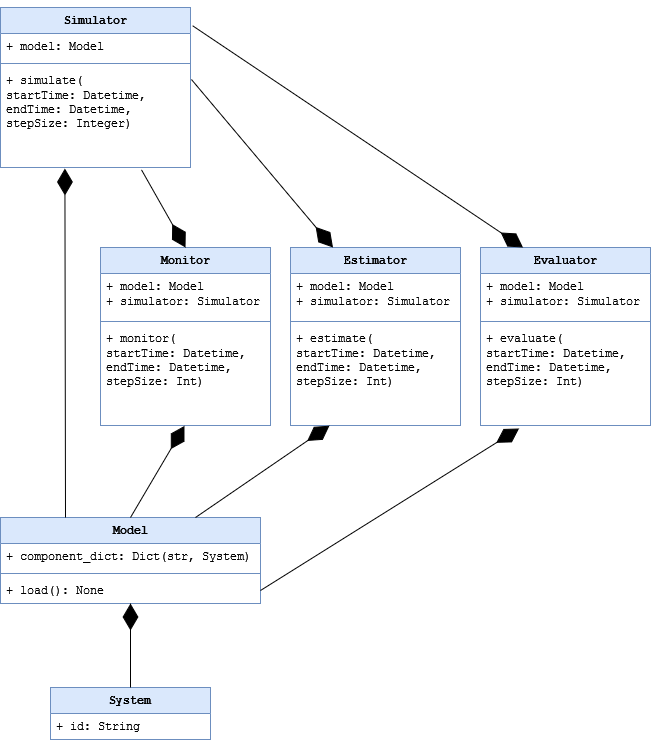
The draw.io diagram Twin4Build_UML_diagram.drawio.png in JBjoernskov/Twin4Build, before a commit. Source tidied: cells renumbered, new cells last; positions are measured from the earlier drawing's top-left corner, leaving out a move shared by most shapes. The source it was exported from:
```xml
<mxGraphModel>
  <root>
    <mxCell id="0" />
    <mxCell id="1" parent="0" />
    <mxCell id="2" value="Model" style="swimlane;fontStyle=1;align=center;verticalAlign=top;horizontal=1;startSize=26;whiteSpace=wrap;html=1;fillColor=#dae8fc;strokeColor=#6c8ebf;fontFamily=Courier New;" parent="1" vertex="1">
      <mxGeometry y="510" width="260" height="86" as="geometry" />
    </mxCell>
    <mxCell id="3" value="&lt;font&gt;+ component_dict: Dict(str, System)&lt;/font&gt;" style="text;strokeColor=none;fillColor=none;align=left;verticalAlign=top;spacingLeft=4;spacingRight=4;overflow=hidden;whiteSpace=wrap;html=1;fontFamily=Courier New;" parent="2" vertex="1">
      <mxGeometry y="26" width="260" height="26" as="geometry" />
    </mxCell>
    <mxCell id="4" style="line;strokeWidth=1;fillColor=none;align=left;verticalAlign=middle;spacingTop=-1;spacingLeft=3;spacingRight=3;labelPosition=right;strokeColor=inherit;fontFamily=Courier New;" parent="2" vertex="1">
      <mxGeometry y="52" width="260" height="8" as="geometry" />
    </mxCell>
    <mxCell id="5" value="+ load(): None " style="text;strokeColor=none;fillColor=none;align=left;verticalAlign=top;spacingLeft=4;spacingRight=4;overflow=hidden;points=[[0,0.5],[1,0.5]];portConstraint=eastwest;whiteSpace=wrap;html=1;fontFamily=Courier New;" parent="2" vertex="1">
      <mxGeometry y="60" width="260" height="26" as="geometry" />
    </mxCell>
    <mxCell id="6" value="System" style="swimlane;fontStyle=1;align=center;verticalAlign=top;horizontal=1;startSize=26;whiteSpace=wrap;html=1;fillColor=#dae8fc;strokeColor=#6c8ebf;fontFamily=Courier New;" parent="1" vertex="1">
      <mxGeometry x="50" y="680" width="160" height="52" as="geometry" />
    </mxCell>
    <mxCell id="7" value="+ id: String" style="text;strokeColor=none;fillColor=none;align=left;verticalAlign=top;spacingLeft=4;spacingRight=4;overflow=hidden;whiteSpace=wrap;html=1;fontFamily=Courier New;" parent="6" vertex="1">
      <mxGeometry y="26" width="160" height="26" as="geometry" />
    </mxCell>
    <mxCell id="8" style="endArrow=diamondThin;endFill=1;endSize=24;html=1;rounded=0;exitX=0.5;exitY=0;exitDx=0;exitDy=0;entryX=0.5;entryY=1;entryDx=0;entryDy=0;fontFamily=Courier New;" parent="1" edge="1" source="6" target="2">
      <mxGeometry relative="1" as="geometry" />
    </mxCell>
    <mxCell id="9" value="Monitor" style="swimlane;fontStyle=1;align=center;verticalAlign=top;horizontal=1;startSize=26;whiteSpace=wrap;html=1;fillColor=#dae8fc;strokeColor=#6c8ebf;fontFamily=Courier New;" parent="1" vertex="1">
      <mxGeometry x="100" y="240" width="170" height="178" as="geometry" />
    </mxCell>
    <mxCell id="10" value="&lt;div&gt;+ model: Model&lt;/div&gt;&lt;div&gt;+ simulator: Simulator&lt;br&gt;&lt;/div&gt;" style="text;strokeColor=none;fillColor=none;align=left;verticalAlign=top;spacingLeft=4;spacingRight=4;overflow=hidden;whiteSpace=wrap;html=1;fontFamily=Courier New;" parent="9" vertex="1">
      <mxGeometry y="26" width="170" height="44" as="geometry" />
    </mxCell>
    <mxCell id="11" style="line;strokeWidth=1;fillColor=none;align=left;verticalAlign=middle;spacingTop=-1;spacingLeft=3;spacingRight=3;labelPosition=right;strokeColor=inherit;fontFamily=Courier New;" parent="9" vertex="1">
      <mxGeometry y="70" width="170" height="8" as="geometry" />
    </mxCell>
    <mxCell id="12" value="&lt;div&gt;+ monitor(&lt;/div&gt;&lt;div&gt;startTime: Datetime, endTime: Datetime,&lt;/div&gt;&lt;div&gt;stepSize: Int)&lt;br&gt;&lt;/div&gt;&lt;div&gt;&lt;br&gt; &lt;/div&gt;" style="text;strokeColor=none;fillColor=none;align=left;verticalAlign=top;spacingLeft=4;spacingRight=4;overflow=hidden;points=[[0,0.5],[1,0.5]];portConstraint=eastwest;whiteSpace=wrap;html=1;fontFamily=Courier New;" parent="9" vertex="1">
      <mxGeometry y="78" width="170" height="100" as="geometry" />
    </mxCell>
    <mxCell id="13" value="&lt;div&gt;Estimator&lt;/div&gt;" style="swimlane;fontStyle=1;align=center;verticalAlign=top;horizontal=1;startSize=26;whiteSpace=wrap;html=1;fillColor=#dae8fc;strokeColor=#6c8ebf;fontFamily=Courier New;" parent="1" vertex="1">
      <mxGeometry x="290" y="240" width="170" height="178" as="geometry" />
    </mxCell>
    <mxCell id="14" value="&lt;div&gt;+ model: Model&lt;/div&gt;&lt;div&gt;+ simulator: Simulator&lt;br&gt;&lt;/div&gt;" style="text;strokeColor=none;fillColor=none;align=left;verticalAlign=top;spacingLeft=4;spacingRight=4;overflow=hidden;whiteSpace=wrap;html=1;fontFamily=Courier New;" parent="13" vertex="1">
      <mxGeometry y="26" width="170" height="44" as="geometry" />
    </mxCell>
    <mxCell id="15" style="line;strokeWidth=1;fillColor=none;align=left;verticalAlign=middle;spacingTop=-1;spacingLeft=3;spacingRight=3;labelPosition=right;strokeColor=inherit;fontFamily=Courier New;" parent="13" vertex="1">
      <mxGeometry y="70" width="170" height="8" as="geometry" />
    </mxCell>
    <mxCell id="16" value="&lt;div&gt;+ estimate(&lt;/div&gt;&lt;div&gt;startTime: Datetime, endTime: Datetime,&lt;/div&gt;&lt;div&gt;stepSize: Int)&lt;br&gt;&lt;/div&gt;&lt;div&gt;&lt;br&gt; &lt;/div&gt;" style="text;strokeColor=none;fillColor=none;align=left;verticalAlign=top;spacingLeft=4;spacingRight=4;overflow=hidden;points=[[0,0.5],[1,0.5]];portConstraint=eastwest;whiteSpace=wrap;html=1;fontFamily=Courier New;" parent="13" vertex="1">
      <mxGeometry y="78" width="170" height="100" as="geometry" />
    </mxCell>
    <mxCell id="17" value="Evaluator" style="swimlane;fontStyle=1;align=center;verticalAlign=top;horizontal=1;startSize=26;whiteSpace=wrap;html=1;fillColor=#dae8fc;strokeColor=#6c8ebf;fontFamily=Courier New;" parent="1" vertex="1">
      <mxGeometry x="480" y="240" width="170" height="178" as="geometry" />
    </mxCell>
    <mxCell id="18" value="&lt;div&gt;+ model: Model&lt;/div&gt;&lt;div&gt;+ simulator: Simulator&lt;br&gt;&lt;/div&gt;" style="text;strokeColor=none;fillColor=none;align=left;verticalAlign=top;spacingLeft=4;spacingRight=4;overflow=hidden;whiteSpace=wrap;html=1;fontFamily=Courier New;" parent="17" vertex="1">
      <mxGeometry y="26" width="170" height="44" as="geometry" />
    </mxCell>
    <mxCell id="19" style="line;strokeWidth=1;fillColor=none;align=left;verticalAlign=middle;spacingTop=-1;spacingLeft=3;spacingRight=3;labelPosition=right;strokeColor=inherit;fontFamily=Courier New;" parent="17" vertex="1">
      <mxGeometry y="70" width="170" height="8" as="geometry" />
    </mxCell>
    <mxCell id="20" value="&lt;div&gt;+ evaluate(&lt;/div&gt;&lt;div&gt;startTime: Datetime, endTime: Datetime,&lt;/div&gt;&lt;div&gt;stepSize: Int)&lt;br&gt;&lt;/div&gt;&lt;div&gt;&lt;br&gt; &lt;/div&gt;" style="text;strokeColor=none;fillColor=none;align=left;verticalAlign=top;spacingLeft=4;spacingRight=4;overflow=hidden;points=[[0,0.5],[1,0.5]];portConstraint=eastwest;whiteSpace=wrap;html=1;fontFamily=Courier New;" parent="17" vertex="1">
      <mxGeometry y="78" width="170" height="100" as="geometry" />
    </mxCell>
    <mxCell id="21" style="endArrow=diamondThin;endFill=1;endSize=24;html=1;rounded=0;exitX=0.5;exitY=0;exitDx=0;exitDy=0;fontFamily=Courier New;entryX=0.494;entryY=1.004;entryDx=0;entryDy=0;entryPerimeter=0;" parent="1" edge="1" source="2" target="12">
      <mxGeometry relative="1" as="geometry" />
    </mxCell>
    <mxCell id="22" style="endArrow=diamondThin;endFill=1;endSize=24;html=1;rounded=0;entryX=0.229;entryY=1.002;entryDx=0;entryDy=0;exitX=0.75;exitY=0;exitDx=0;exitDy=0;fontFamily=Courier New;entryPerimeter=0;" parent="1" edge="1" source="2" target="16">
      <mxGeometry relative="1" as="geometry" />
    </mxCell>
    <mxCell id="23" style="endArrow=diamondThin;endFill=1;endSize=24;html=1;rounded=0;exitX=1;exitY=0.5;exitDx=0;exitDy=0;fontFamily=Courier New;entryX=0.227;entryY=1.03;entryDx=0;entryDy=0;entryPerimeter=0;" parent="1" edge="1" source="5" target="20">
      <mxGeometry relative="1" as="geometry" />
    </mxCell>
    <mxCell id="24" value="Simulator" style="swimlane;fontStyle=1;align=center;verticalAlign=top;horizontal=1;startSize=26;whiteSpace=wrap;html=1;fillColor=#dae8fc;strokeColor=#6c8ebf;fontFamily=Courier New;" parent="1" vertex="1">
      <mxGeometry width="190" height="160" as="geometry" />
    </mxCell>
    <mxCell id="25" value="+ model: Model" style="text;strokeColor=none;fillColor=none;align=left;verticalAlign=top;spacingLeft=4;spacingRight=4;overflow=hidden;whiteSpace=wrap;html=1;fontFamily=Courier New;" parent="24" vertex="1">
      <mxGeometry y="26" width="190" height="26" as="geometry" />
    </mxCell>
    <mxCell id="26" style="line;strokeWidth=1;fillColor=none;align=left;verticalAlign=middle;spacingTop=-1;spacingLeft=3;spacingRight=3;labelPosition=right;strokeColor=inherit;fontFamily=Courier New;" parent="24" vertex="1">
      <mxGeometry y="52" width="190" height="8" as="geometry" />
    </mxCell>
    <mxCell id="27" value="&lt;div&gt;+ simulate(&lt;/div&gt;&lt;div&gt;startTime: Datetime, endTime: Datetime,&lt;/div&gt;&lt;div&gt;stepSize: Integer)&lt;br&gt;&lt;/div&gt;&lt;div&gt;&lt;br&gt; &lt;/div&gt;" style="text;strokeColor=none;fillColor=none;align=left;verticalAlign=top;spacingLeft=4;spacingRight=4;overflow=hidden;points=[[0,0.5],[1,0.5]];portConstraint=eastwest;whiteSpace=wrap;html=1;fontFamily=Courier New;" parent="24" vertex="1">
      <mxGeometry y="60" width="190" height="100" as="geometry" />
    </mxCell>
    <mxCell id="28" style="endArrow=diamondThin;endFill=1;endSize=24;html=1;rounded=0;exitX=0.25;exitY=0;exitDx=0;exitDy=0;fontFamily=Courier New;entryX=0.339;entryY=1.01;entryDx=0;entryDy=0;entryPerimeter=0;" parent="1" edge="1" source="2" target="27">
      <mxGeometry relative="1" as="geometry" />
    </mxCell>
    <mxCell id="29" style="endArrow=diamondThin;endFill=1;endSize=24;html=1;rounded=0;entryX=0.5;entryY=0;entryDx=0;entryDy=0;exitX=0.742;exitY=1.023;exitDx=0;exitDy=0;fontFamily=Courier New;exitPerimeter=0;" parent="1" edge="1" source="27" target="9">
      <mxGeometry relative="1" as="geometry" />
    </mxCell>
    <mxCell id="30" style="endArrow=diamondThin;endFill=1;endSize=24;html=1;rounded=0;entryX=0.25;entryY=0;entryDx=0;entryDy=0;exitX=1.005;exitY=0.12;exitDx=0;exitDy=0;fontFamily=Courier New;exitPerimeter=0;" parent="1" edge="1" source="27" target="13">
      <mxGeometry relative="1" as="geometry" />
    </mxCell>
    <mxCell id="31" style="endArrow=diamondThin;endFill=1;endSize=24;html=1;rounded=0;entryX=0.25;entryY=0;entryDx=0;entryDy=0;exitX=1.011;exitY=0.114;exitDx=0;exitDy=0;fontFamily=Courier New;exitPerimeter=0;" parent="1" edge="1" source="24" target="17">
      <mxGeometry relative="1" as="geometry" />
    </mxCell>
  </root>
</mxGraphModel>
```
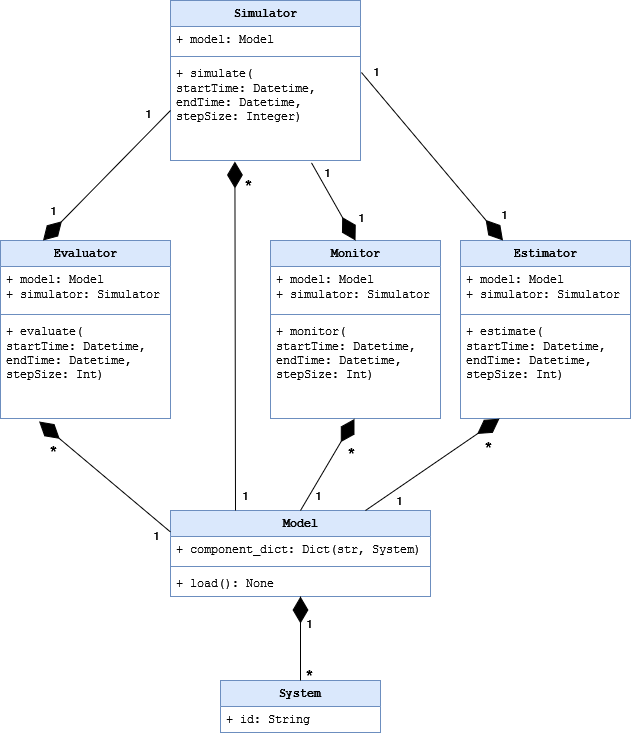
Above is the later version.

Commit message:
Update UML diagram

The edit, as a diff of the source:
```diff
@@ -2,6 +2,11 @@
   <root>
     <mxCell id="0" />
     <mxCell id="1" parent="0" />
+    <mxCell id="32" value="&lt;font style=&quot;font-size: 18px;&quot;&gt;*&lt;/font&gt;" style="edgeLabel;html=1;align=center;verticalAlign=middle;" parent="1" vertex="1">
+      <mxGeometry x="190" y="476" as="geometry">
+        <mxPoint x="-52" y="200" as="offset" />
+      </mxGeometry>
+    </mxCell>
     <mxCell id="2" value="Model" style="swimlane;fontStyle=1;align=center;verticalAlign=top;horizontal=1;startSize=26;whiteSpace=wrap;html=1;fillColor=#dae8fc;strokeColor=#6c8ebf;fontFamily=Courier New;" parent="1" vertex="1">
       <mxGeometry y="510" width="260" height="86" as="geometry" />
     </mxCell>
@@ -48,7 +53,7 @@
       <mxGeometry y="78" width="170" height="100" as="geometry" />
     </mxCell>
     <mxCell id="17" value="Evaluator" style="swimlane;fontStyle=1;align=center;verticalAlign=top;horizontal=1;startSize=26;whiteSpace=wrap;html=1;fillColor=#dae8fc;strokeColor=#6c8ebf;fontFamily=Courier New;" parent="1" vertex="1">
-      <mxGeometry x="480" y="240" width="170" height="178" as="geometry" />
+      <mxGeometry x="-170" y="240" width="170" height="178" as="geometry" />
     </mxCell>
     <mxCell id="18" value="&lt;div&gt;+ model: Model&lt;/div&gt;&lt;div&gt;+ simulator: Simulator&lt;br&gt;&lt;/div&gt;" style="text;strokeColor=none;fillColor=none;align=left;verticalAlign=top;spacingLeft=4;spacingRight=4;overflow=hidden;whiteSpace=wrap;html=1;fontFamily=Courier New;" parent="17" vertex="1">
       <mxGeometry y="26" width="170" height="44" as="geometry" />
@@ -65,7 +70,7 @@
     <mxCell id="22" style="endArrow=diamondThin;endFill=1;endSize=24;html=1;rounded=0;entryX=0.229;entryY=1.002;entryDx=0;entryDy=0;exitX=0.75;exitY=0;exitDx=0;exitDy=0;fontFamily=Courier New;entryPerimeter=0;" parent="1" edge="1" source="2" target="16">
       <mxGeometry relative="1" as="geometry" />
     </mxCell>
-    <mxCell id="23" style="endArrow=diamondThin;endFill=1;endSize=24;html=1;rounded=0;exitX=1;exitY=0.5;exitDx=0;exitDy=0;fontFamily=Courier New;entryX=0.227;entryY=1.03;entryDx=0;entryDy=0;entryPerimeter=0;" parent="1" edge="1" source="5" target="20">
+    <mxCell id="23" style="endArrow=diamondThin;endFill=1;endSize=24;html=1;rounded=0;exitX=0;exitY=0.25;exitDx=0;exitDy=0;fontFamily=Courier New;entryX=0.227;entryY=1.03;entryDx=0;entryDy=0;entryPerimeter=0;" parent="1" edge="1" source="2" target="20">
       <mxGeometry relative="1" as="geometry" />
     </mxCell>
     <mxCell id="24" value="Simulator" style="swimlane;fontStyle=1;align=center;verticalAlign=top;horizontal=1;startSize=26;whiteSpace=wrap;html=1;fillColor=#dae8fc;strokeColor=#6c8ebf;fontFamily=Courier New;" parent="1" vertex="1">
@@ -89,8 +94,83 @@
     <mxCell id="30" style="endArrow=diamondThin;endFill=1;endSize=24;html=1;rounded=0;entryX=0.25;entryY=0;entryDx=0;entryDy=0;exitX=1.005;exitY=0.12;exitDx=0;exitDy=0;fontFamily=Courier New;exitPerimeter=0;" parent="1" edge="1" source="27" target="13">
       <mxGeometry relative="1" as="geometry" />
     </mxCell>
+    <mxCell id="33" value="1" style="edgeLabel;html=1;align=center;verticalAlign=middle;" parent="30" vertex="1">
+      <mxGeometry x="0.67" relative="1" as="geometry">
+        <mxPoint x="25" y="2" as="offset" />
+      </mxGeometry>
+    </mxCell>
-    <mxCell id="31" style="endArrow=diamondThin;endFill=1;endSize=24;html=1;rounded=0;entryX=0.25;entryY=0;entryDx=0;entryDy=0;exitX=1.011;exitY=0.114;exitDx=0;exitDy=0;fontFamily=Courier New;exitPerimeter=0;" parent="1" edge="1" source="24" target="17">
+    <mxCell id="31" style="endArrow=diamondThin;endFill=1;endSize=24;html=1;rounded=0;entryX=0.25;entryY=0;entryDx=0;entryDy=0;exitX=0;exitY=0.5;exitDx=0;exitDy=0;fontFamily=Courier New;" parent="1" edge="1" source="27" target="17">
       <mxGeometry relative="1" as="geometry" />
     </mxCell>
+    <mxCell id="34" value="1" style="edgeLabel;html=1;align=center;verticalAlign=middle;" parent="1" vertex="1">
+      <mxGeometry x="342.1" y="229" as="geometry">
+        <mxPoint x="-152" y="-13" as="offset" />
+      </mxGeometry>
+    </mxCell>
+    <mxCell id="35" value="&lt;font style=&quot;font-size: 18px;&quot;&gt;*&lt;/font&gt;" style="edgeLabel;html=1;align=center;verticalAlign=middle;" parent="1" vertex="1">
+      <mxGeometry x="213" y="96" as="geometry">
+        <mxPoint x="-136" y="90" as="offset" />
+      </mxGeometry>
+    </mxCell>
+    <mxCell id="36" value="1" style="edgeLabel;html=1;align=center;verticalAlign=middle;" parent="1" vertex="1">
+      <mxGeometry x="309" y="184" as="geometry">
+        <mxPoint x="-152" y="-13" as="offset" />
+      </mxGeometry>
+    </mxCell>
+    <mxCell id="37" value="1" style="edgeLabel;html=1;align=center;verticalAlign=middle;" parent="1" vertex="1">
+      <mxGeometry x="227" y="507" as="geometry">
+        <mxPoint x="-152" y="-13" as="offset" />
+      </mxGeometry>
+    </mxCell>
+    <mxCell id="38" value="1" style="edgeLabel;html=1;align=center;verticalAlign=middle;" parent="1" vertex="1">
+      <mxGeometry x="300" y="507" as="geometry">
+        <mxPoint x="-152" y="-13" as="offset" />
+      </mxGeometry>
+    </mxCell>
+    <mxCell id="39" value="1" style="edgeLabel;html=1;align=center;verticalAlign=middle;" parent="1" vertex="1">
+      <mxGeometry x="381" y="512" as="geometry">
+        <mxPoint x="-152" y="-13" as="offset" />
+      </mxGeometry>
+    </mxCell>
+    <mxCell id="40" value="&lt;font style=&quot;font-size: 18px;&quot;&gt;*&lt;/font&gt;" style="edgeLabel;html=1;align=center;verticalAlign=middle;" parent="1" vertex="1">
+      <mxGeometry x="180" y="460" as="geometry">
+        <mxPoint y="-6" as="offset" />
+      </mxGeometry>
+    </mxCell>
+    <mxCell id="41" value="&lt;font style=&quot;font-size: 18px;&quot;&gt;*&lt;/font&gt;" style="edgeLabel;html=1;align=center;verticalAlign=middle;" parent="1" vertex="1">
+      <mxGeometry x="317" y="454" as="geometry">
+        <mxPoint y="-6" as="offset" />
+      </mxGeometry>
+    </mxCell>
+    <mxCell id="42" value="&lt;font style=&quot;font-size: 18px;&quot;&gt;*&lt;/font&gt;" style="edgeLabel;html=1;align=center;verticalAlign=middle;" parent="1" vertex="1">
+      <mxGeometry x="-118" y="458" as="geometry">
+        <mxPoint y="-6" as="offset" />
+      </mxGeometry>
+    </mxCell>
+    <mxCell id="43" value="1" style="edgeLabel;html=1;align=center;verticalAlign=middle;" parent="1" vertex="1">
+      <mxGeometry x="138" y="547" as="geometry">
+        <mxPoint x="-152" y="-13" as="offset" />
+      </mxGeometry>
+    </mxCell>
+    <mxCell id="44" value="1" style="edgeLabel;html=1;align=center;verticalAlign=middle;" parent="1" vertex="1">
+      <mxGeometry x="351.2" y="224.3" as="geometry">
+        <mxPoint x="-146" y="-154" as="offset" />
+      </mxGeometry>
+    </mxCell>
+    <mxCell id="45" value="1" style="edgeLabel;html=1;align=center;verticalAlign=middle;" parent="1" vertex="1">
+      <mxGeometry x="130" y="125" as="geometry">
+        <mxPoint x="-152" y="-13" as="offset" />
+      </mxGeometry>
+    </mxCell>
+    <mxCell id="46" value="1" style="edgeLabel;html=1;align=center;verticalAlign=middle;" parent="1" vertex="1">
+      <mxGeometry x="35" y="222" as="geometry">
+        <mxPoint x="-152" y="-13" as="offset" />
+      </mxGeometry>
+    </mxCell>
+    <mxCell id="47" value="1" style="edgeLabel;html=1;align=center;verticalAlign=middle;" parent="1" vertex="1">
+      <mxGeometry x="291" y="635" as="geometry">
+        <mxPoint x="-152" y="-13" as="offset" />
+      </mxGeometry>
+    </mxCell>
   </root>
 </mxGraphModel>
```
